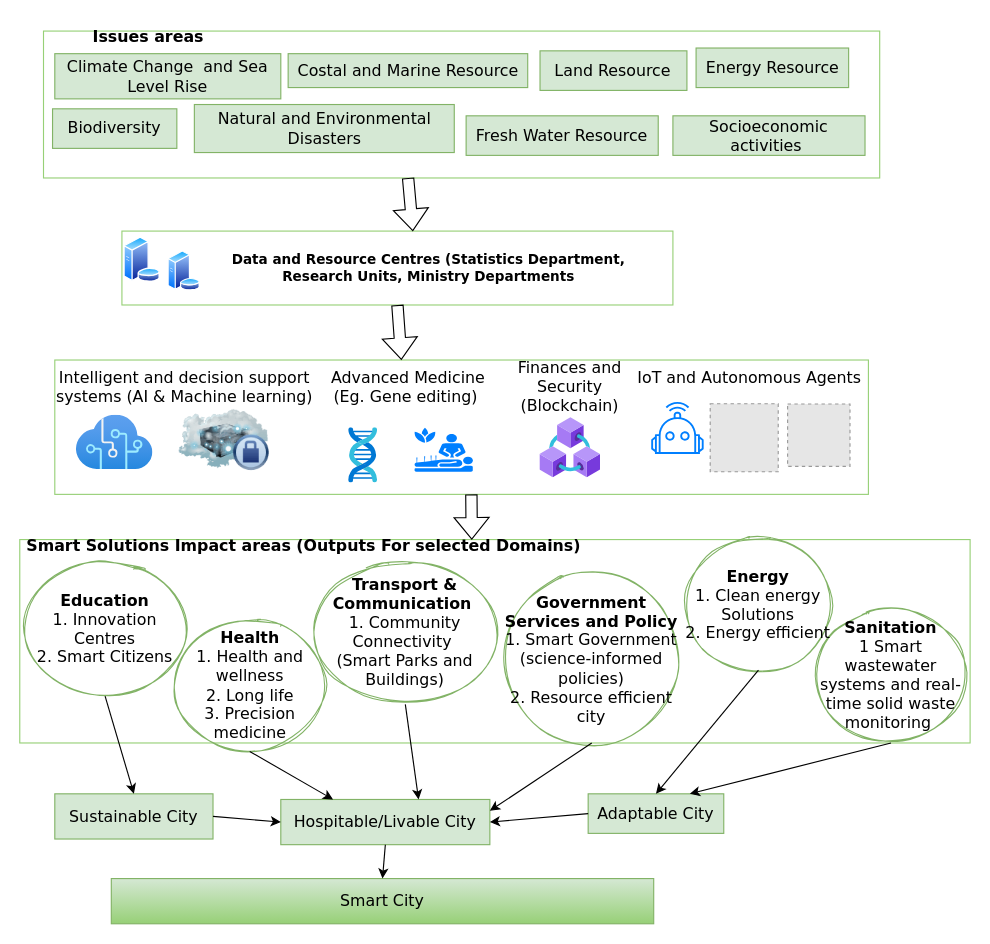
The draw.io diagram page "BarbudaSmart" (2 of 2) of SystemReasoningOverview.drawio in Kibolabs/Diagrams, before the edit. Source tidied: cells renumbered, new cells numbered last; positions are measured from the earlier drawing's top-left corner, leaving out a move shared by most shapes. Both pictures are drawn from the tidied source at 113%, with x=0, y=0 at pixel (19, 19). Pictures stored in the file or linked from it are replaced by grey dashed boxes.
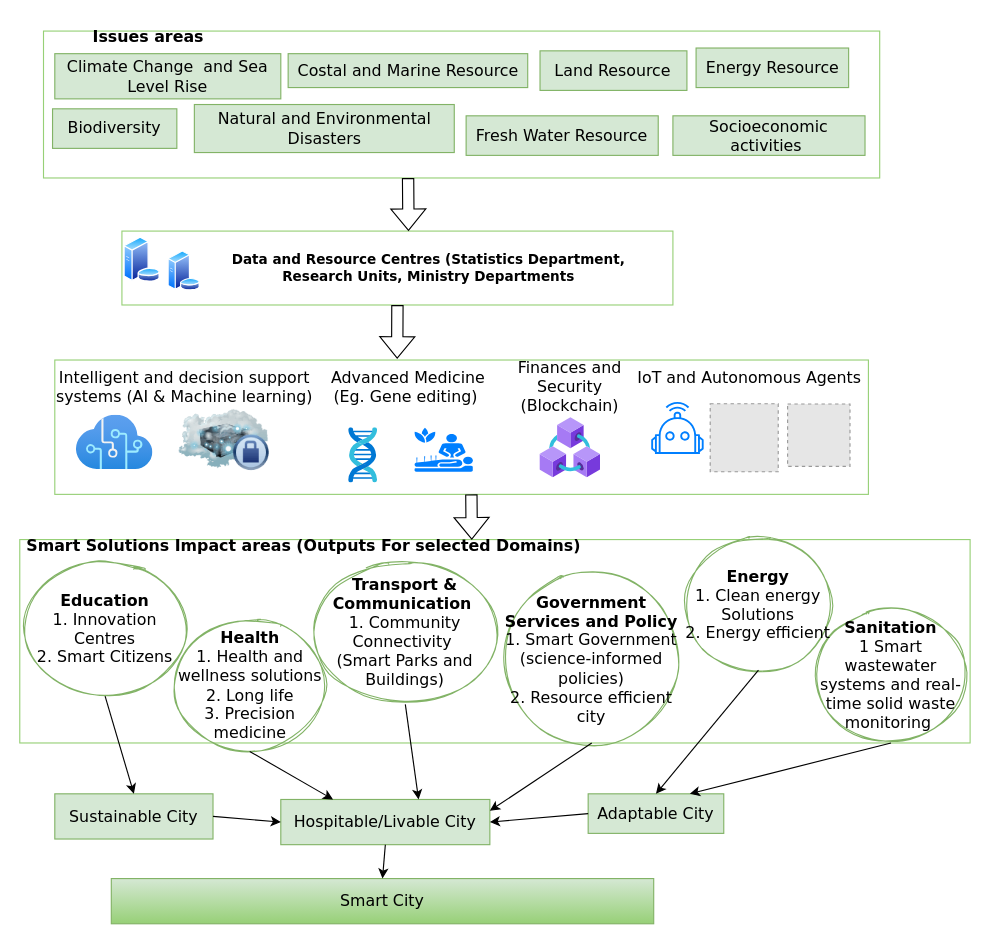
Above is the later version.

The change refers to these unchanged cells:
```xml
<mxCell id="2" style="rounded=0;whiteSpace=wrap;html=1;fillColor=none;strokeColor=#97D077;" parent="1" vertex="1">
  <mxGeometry x="31" y="301.1" width="720" height="118.9" as="geometry" />
</mxCell>
<mxCell id="4" style="rounded=0;whiteSpace=wrap;html=1;fillColor=none;strokeColor=#97D077;" parent="1" vertex="1">
  <mxGeometry x="90.4" y="187" width="487.6" height="65.4" as="geometry" />
</mxCell>
<mxCell id="5" style="rounded=0;whiteSpace=wrap;html=1;fontFamily=Verdana;fontSize=14;fillColor=none;strokeColor=#97D077;" parent="1" vertex="1">
  <mxGeometry x="21" y="10" width="740" height="130" as="geometry" />
</mxCell>
<mxCell id="44" value="Data and Resource Centres (Statistics Department, Research Units, Ministry Departments" style="text;html=1;strokeColor=none;fillColor=none;align=center;verticalAlign=middle;whiteSpace=wrap;rounded=0;dashed=1;rotation=0;fontFamily=Verdana;fontStyle=1;" parent="1" vertex="1">
  <mxGeometry x="169.5" y="189.6" width="383.5" height="60" as="geometry" />
</mxCell>
```

Change to the diagram source:
```diff
@@
-    <mxCell id="29" value="&lt;span style=&quot;font-size: 14px;&quot;&gt;&lt;b&gt;Health&lt;/b&gt;&lt;br&gt;1. &lt;/span&gt;&lt;span style=&quot;font-size: 14px;&quot;&gt;Health and wellness&lt;br&gt;2. Long life&lt;br&gt;3. Precision medicine&lt;br&gt;&lt;/span&gt;" style="ellipse;whiteSpace=wrap;html=1;fontFamily=Verdana;fontSize=14;sketch=1;fillColor=none;strokeColor=#82b366;" parent="1" vertex="1">
+    <mxCell id="29" value="&lt;span style=&quot;font-size: 14px;&quot;&gt;&lt;b&gt;Health&lt;/b&gt;&lt;br&gt;1. &lt;/span&gt;&lt;span style=&quot;font-size: 14px;&quot;&gt;Health and wellness solutions&lt;br&gt;2. Long life&lt;br&gt;3. Precision medicine&lt;br&gt;&lt;/span&gt;" style="ellipse;whiteSpace=wrap;html=1;fontFamily=Verdana;fontSize=14;sketch=1;fillColor=none;strokeColor=#82b366;" parent="1" vertex="1">
       <mxGeometry x="133.5" y="530" width="140" height="117.5" as="geometry" />
     </mxCell>
@@
-    <mxCell id="47" style="shape=flexArrow;endArrow=classic;html=1;rounded=0;exitX=0.436;exitY=1;exitDx=0;exitDy=0;entryX=0.528;entryY=0;entryDx=0;entryDy=0;exitPerimeter=0;entryPerimeter=0;" parent="1" edge="1" source="5" target="4">
+    <mxCell id="47" style="shape=flexArrow;endArrow=classic;html=1;rounded=0;exitX=0.436;exitY=1;exitDx=0;exitDy=0;exitPerimeter=0;entryX=0.455;entryY=-0.044;entryDx=0;entryDy=0;entryPerimeter=0;" parent="1" edge="1" source="5" target="44">
       <mxGeometry relative="1" as="geometry" />
     </mxCell>
-    <mxCell id="48" style="shape=flexArrow;endArrow=classic;html=1;rounded=0;exitX=0.5;exitY=1;exitDx=0;exitDy=0;entryX=0.426;entryY=-0.001;entryDx=0;entryDy=0;entryPerimeter=0;" parent="1" edge="1" source="4" target="2">
-      <mxGeometry relative="1" as="geometry" />
+    <mxCell id="48" style="shape=flexArrow;endArrow=classic;html=1;rounded=0;exitX=0.5;exitY=1;exitDx=0;exitDy=0;" parent="1" edge="1" source="4">
+      <mxGeometry relative="1" as="geometry">
+        <mxPoint x="334" y="300" as="targetPoint" />
+      </mxGeometry>
     </mxCell>
```
